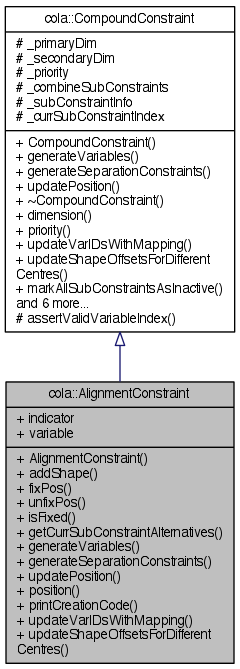
This is documentation/classcola_1_1AlignmentConstraint__inherit__graph.png from mjwybrow/adaptagrams, a Graphviz export, as it was before one commit. Its source is kept beside it as documentation/classcola_1_1AlignmentConstraint__inherit__graph.dot. The source it was exported from:
```dot
digraph "cola::AlignmentConstraint"
{
  edge [fontname="Helvetica",fontsize="10",labelfontname="Helvetica",labelfontsize="10"];
  node [fontname="Helvetica",fontsize="10",shape=record];
  Node1 [label="{cola::AlignmentConstraint\n|+ indicator\l+ variable\l|+ AlignmentConstraint()\l+ addShape()\l+ fixPos()\l+ unfixPos()\l+ isFixed()\l+ getCurrSubConstraintAlternatives()\l+ generateVariables()\l+ generateSeparationConstraints()\l+ updatePosition()\l+ position()\l+ printCreationCode()\l+ updateVarIDsWithMapping()\l+ updateShapeOffsetsForDifferent\lCentres()\l}",height=0.2,width=0.4,color="black", fillcolor="grey75", style="filled" fontcolor="black"];
  Node2 -> Node1 [dir="back",color="midnightblue",fontsize="10",style="solid",arrowtail="onormal",fontname="Helvetica"];
  Node2 [label="{cola::CompoundConstraint\n|# _primaryDim\l# _secondaryDim\l# _priority\l# _combineSubConstraints\l# _subConstraintInfo\l# _currSubConstraintIndex\l|+ CompoundConstraint()\l+ generateVariables()\l+ generateSeparationConstraints()\l+ updatePosition()\l+ ~CompoundConstraint()\l+ dimension()\l+ priority()\l+ updateVarIDsWithMapping()\l+ updateShapeOffsetsForDifferent\lCentres()\l+ markAllSubConstraintsAsInactive()\land 6 more...\l# assertValidVariableIndex()\l}",height=0.2,width=0.4,color="black", fillcolor="white", style="filled",URL="$classcola_1_1CompoundConstraint.html",tooltip="An abstract base class for all high-level compound constraints."];
}
```
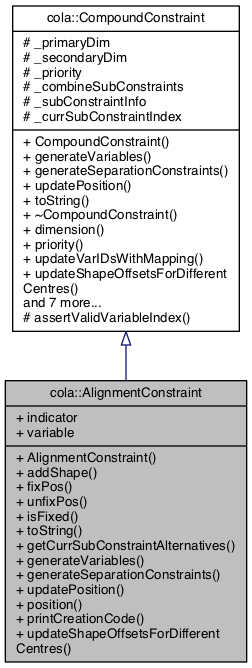
After the commit.

Diff of the diagram source:
```diff
@@ -2,7 +2,7 @@
 {
   edge [fontname="Helvetica",fontsize="10",labelfontname="Helvetica",labelfontsize="10"];
   node [fontname="Helvetica",fontsize="10",shape=record];
-  Node1 [label="{cola::AlignmentConstraint\n|+ indicator\l+ variable\l|+ AlignmentConstraint()\l+ addShape()\l+ fixPos()\l+ unfixPos()\l+ isFixed()\l+ getCurrSubConstraintAlternatives()\l+ generateVariables()\l+ generateSeparationConstraints()\l+ updatePosition()\l+ position()\l+ printCreationCode()\l+ updateVarIDsWithMapping()\l+ updateShapeOffsetsForDifferent\lCentres()\l}",height=0.2,width=0.4,color="black", fillcolor="grey75", style="filled" fontcolor="black"];
+  Node1 [label="{cola::AlignmentConstraint\n|+ indicator\l+ variable\l|+ AlignmentConstraint()\l+ addShape()\l+ fixPos()\l+ unfixPos()\l+ isFixed()\l+ toString()\l+ getCurrSubConstraintAlternatives()\l+ generateVariables()\l+ generateSeparationConstraints()\l+ updatePosition()\l+ position()\l+ printCreationCode()\l+ updateShapeOffsetsForDifferent\lCentres()\l}",height=0.2,width=0.4,color="black", fillcolor="grey75", style="filled", fontcolor="black"];
   Node2 -> Node1 [dir="back",color="midnightblue",fontsize="10",style="solid",arrowtail="onormal",fontname="Helvetica"];
-  Node2 [label="{cola::CompoundConstraint\n|# _primaryDim\l# _secondaryDim\l# _priority\l# _combineSubConstraints\l# _subConstraintInfo\l# _currSubConstraintIndex\l|+ CompoundConstraint()\l+ generateVariables()\l+ generateSeparationConstraints()\l+ updatePosition()\l+ ~CompoundConstraint()\l+ dimension()\l+ priority()\l+ updateVarIDsWithMapping()\l+ updateShapeOffsetsForDifferent\lCentres()\l+ markAllSubConstraintsAsInactive()\land 6 more...\l# assertValidVariableIndex()\l}",height=0.2,width=0.4,color="black", fillcolor="white", style="filled",URL="$classcola_1_1CompoundConstraint.html",tooltip="An abstract base class for all high-level compound constraints."];
+  Node2 [label="{cola::CompoundConstraint\n|# _primaryDim\l# _secondaryDim\l# _priority\l# _combineSubConstraints\l# _subConstraintInfo\l# _currSubConstraintIndex\l|+ CompoundConstraint()\l+ generateVariables()\l+ generateSeparationConstraints()\l+ updatePosition()\l+ toString()\l+ ~CompoundConstraint()\l+ dimension()\l+ priority()\l+ updateVarIDsWithMapping()\l+ updateShapeOffsetsForDifferent\lCentres()\land 7 more...\l# assertValidVariableIndex()\l}",height=0.2,width=0.4,color="black", fillcolor="white", style="filled",URL="$classcola_1_1CompoundConstraint.html",tooltip="An abstract base class for all high-level compound constraints. "];
 }
```
